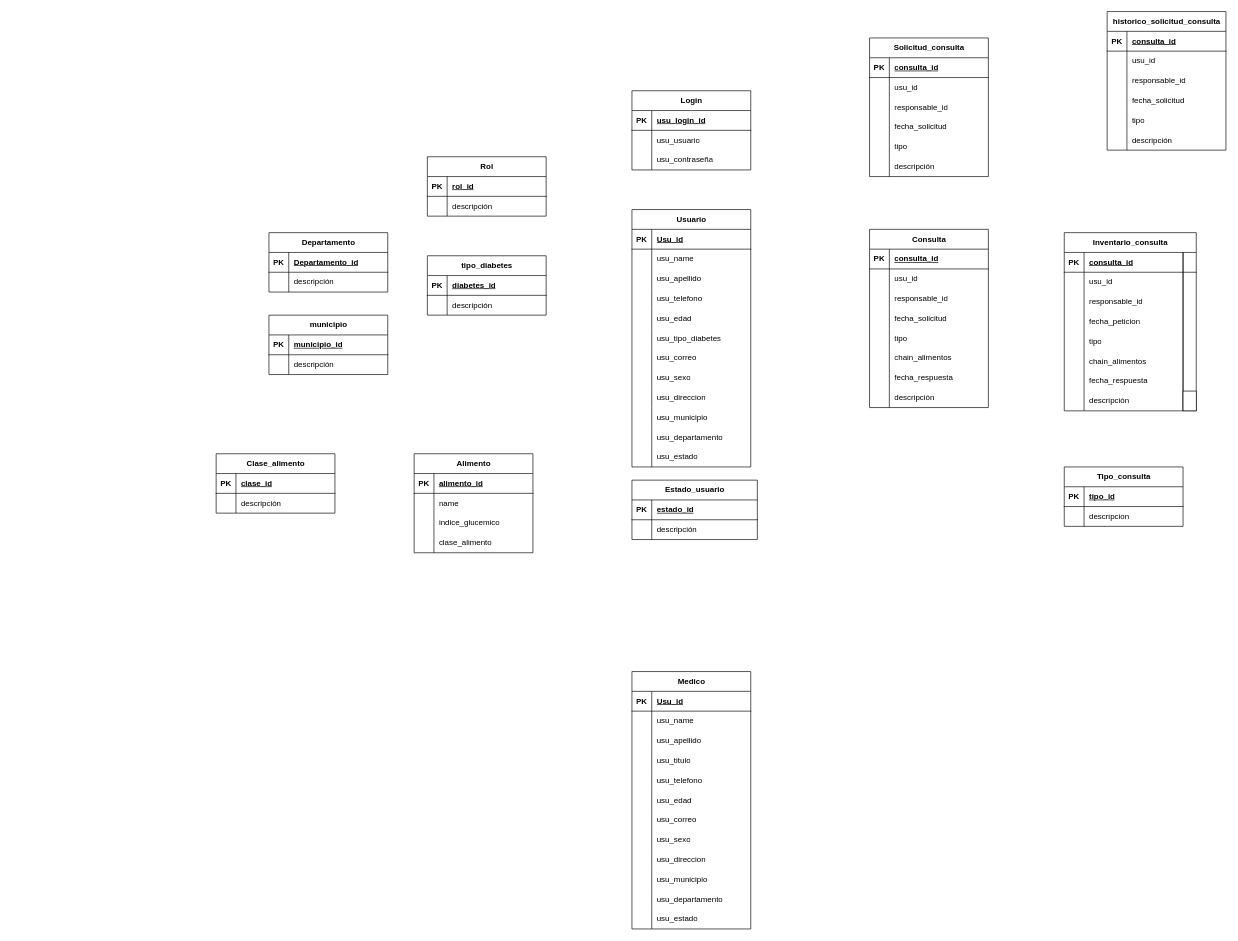
This is Untitled Diagram.drawio from Marstiven/Proyecto_DiabSweet, a draw.io file, before an edit. Source tidied: cells renumbered, new cells numbered last; positions are measured from the earlier drawing's top-left corner, leaving out a move shared by most shapes. Both pictures are drawn from the tidied source at 66%, with x=0, y=0 at pixel (216, 11).
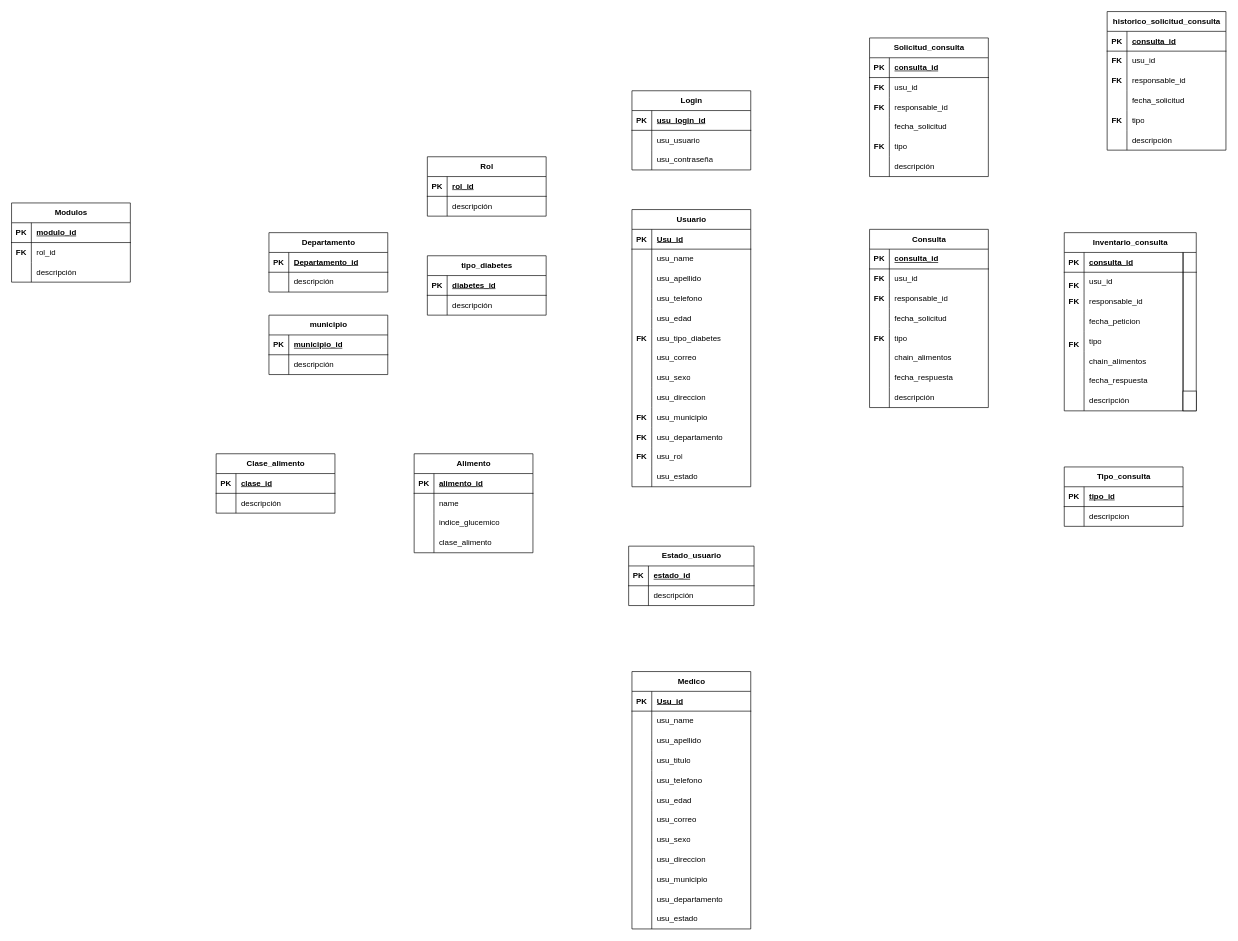
The same page after the edit.

What changed in the source:
```diff
@@
     <mxCell id="9" value="Usuario" style="shape=table;startSize=30;childLayout=tableLayout;rowLines=0;fontStyle=1;align=center;html=1;" parent="1" vertex="1">
-      <mxGeometry x="630" y="300" width="180" height="390" as="geometry" />
+      <mxGeometry x="630" y="300" width="180" height="420" as="geometry" />
     </mxCell>
@@
+    <mxCell id="238" style="shape=tableRow;horizontal=0;startSize=0;swimlaneHead=0;swimlaneBody=0;fillColor=none;top=0;left=0;right=0;bottom=0;" parent="9" vertex="1">
+      <mxGeometry y="360" width="180" height="30" as="geometry" />
+    </mxCell>
+    <mxCell id="239" style="shape=partialRectangle;fillColor=none;top=0;left=0;bottom=0;right=0;overflow=hidden;whiteSpace=wrap;html=1;" parent="238" vertex="1">
+      <mxGeometry width="30" height="30" as="geometry" />
+    </mxCell>
+    <mxCell id="240" value="usu_rol" style="shape=partialRectangle;fillColor=none;top=0;left=0;bottom=0;right=0;align=left;spacingLeft=6;overflow=hidden;whiteSpace=wrap;html=1;" parent="238" vertex="1">
+      <mxGeometry x="30" width="150" height="30" as="geometry" />
+    </mxCell>
     <mxCell id="43" style="shape=tableRow;horizontal=0;startSize=0;swimlaneHead=0;swimlaneBody=0;fillColor=none;top=0;left=0;right=0;bottom=0;" parent="9" vertex="1">
-      <mxGeometry y="360" width="180" height="30" as="geometry" />
+      <mxGeometry y="390" width="180" height="30" as="geometry" />
     </mxCell>
@@
     <mxCell id="83" value="Estado_usuario" style="shape=table;startSize=30;childLayout=tableLayout;rowLines=0;fontStyle=1;align=center;html=1;" parent="1" vertex="1">
-      <mxGeometry x="630" y="710" width="190" height="90" as="geometry" />
+      <mxGeometry x="625" y="810" width="190" height="90" as="geometry" />
     </mxCell>
@@
+    <mxCell id="241" value="Modulos" style="shape=table;startSize=30;childLayout=tableLayout;rowLines=0;fontStyle=1;align=center;html=1;" parent="1" vertex="1">
+      <mxGeometry x="-310" y="290" width="180" height="120" as="geometry" />
+    </mxCell>
+    <mxCell id="242" style="shape=tableRow;horizontal=0;startSize=0;swimlaneHead=0;swimlaneBody=0;fillColor=none;top=0;left=0;right=0;bottom=1;" parent="241" vertex="1">
+      <mxGeometry y="30" width="180" height="30" as="geometry" />
+    </mxCell>
+    <mxCell id="243" value="PK" style="shape=partialRectangle;fillColor=none;top=0;left=0;bottom=0;right=0;fontStyle=1;overflow=hidden;whiteSpace=wrap;html=1;" parent="242" vertex="1">
+      <mxGeometry width="30" height="30" as="geometry" />
+    </mxCell>
+    <mxCell id="244" value="modulo_id" style="shape=partialRectangle;fillColor=none;top=0;left=0;bottom=0;right=0;align=left;spacingLeft=6;fontStyle=5;overflow=hidden;whiteSpace=wrap;html=1;" parent="242" vertex="1">
+      <mxGeometry x="30" width="150" height="30" as="geometry" />
+    </mxCell>
+    <mxCell id="245" style="shape=tableRow;horizontal=0;startSize=0;swimlaneHead=0;swimlaneBody=0;fillColor=none;top=0;left=0;right=0;bottom=0;" parent="241" vertex="1">
+      <mxGeometry y="60" width="180" height="30" as="geometry" />
+    </mxCell>
+    <mxCell id="246" style="shape=partialRectangle;fillColor=none;top=0;left=0;bottom=0;right=0;overflow=hidden;whiteSpace=wrap;html=1;" parent="245" vertex="1">
+      <mxGeometry width="30" height="30" as="geometry" />
+    </mxCell>
+    <mxCell id="247" value="rol_id" style="shape=partialRectangle;fillColor=none;top=0;left=0;bottom=0;right=0;align=left;spacingLeft=6;overflow=hidden;whiteSpace=wrap;html=1;" parent="245" vertex="1">
+      <mxGeometry x="30" width="150" height="30" as="geometry" />
+    </mxCell>
+    <mxCell id="248" style="shape=tableRow;horizontal=0;startSize=0;swimlaneHead=0;swimlaneBody=0;fillColor=none;top=0;left=0;right=0;bottom=0;" parent="241" vertex="1">
+      <mxGeometry y="90" width="180" height="30" as="geometry" />
+    </mxCell>
+    <mxCell id="249" style="shape=partialRectangle;fillColor=none;top=0;left=0;bottom=0;right=0;overflow=hidden;whiteSpace=wrap;html=1;" parent="248" vertex="1">
+      <mxGeometry width="30" height="30" as="geometry" />
+    </mxCell>
+    <mxCell id="250" value="descripción" style="shape=partialRectangle;fillColor=none;top=0;left=0;bottom=0;right=0;align=left;spacingLeft=6;overflow=hidden;whiteSpace=wrap;html=1;" parent="248" vertex="1">
+      <mxGeometry x="30" width="150" height="30" as="geometry" />
+    </mxCell>
+    <mxCell id="251" value="FK" style="shape=partialRectangle;fillColor=none;top=0;left=0;bottom=0;right=0;fontStyle=1;overflow=hidden;whiteSpace=wrap;html=1;" parent="1" vertex="1">
+      <mxGeometry x="630" y="600" width="30" height="30" as="geometry" />
+    </mxCell>
+    <mxCell id="252" value="FK" style="shape=partialRectangle;fillColor=none;top=0;left=0;bottom=0;right=0;fontStyle=1;overflow=hidden;whiteSpace=wrap;html=1;" parent="1" vertex="1">
+      <mxGeometry x="630" y="630" width="30" height="30" as="geometry" />
+    </mxCell>
+    <mxCell id="253" value="FK" style="shape=partialRectangle;fillColor=none;top=0;left=0;bottom=0;right=0;fontStyle=1;overflow=hidden;whiteSpace=wrap;html=1;" parent="1" vertex="1">
+      <mxGeometry x="630" y="660" width="30" height="30" as="geometry" />
+    </mxCell>
+    <mxCell id="254" value="FK" style="shape=partialRectangle;fillColor=none;top=0;left=0;bottom=0;right=0;fontStyle=1;overflow=hidden;whiteSpace=wrap;html=1;" parent="1" vertex="1">
+      <mxGeometry x="990" y="390" width="30" height="30" as="geometry" />
+    </mxCell>
+    <mxCell id="255" value="FK" style="shape=partialRectangle;fillColor=none;top=0;left=0;bottom=0;right=0;fontStyle=1;overflow=hidden;whiteSpace=wrap;html=1;" parent="1" vertex="1">
+      <mxGeometry x="990" y="420" width="30" height="30" as="geometry" />
+    </mxCell>
+    <mxCell id="256" value="FK" style="shape=partialRectangle;fillColor=none;top=0;left=0;bottom=0;right=0;fontStyle=1;overflow=hidden;whiteSpace=wrap;html=1;" parent="1" vertex="1">
+      <mxGeometry x="990" y="480" width="30" height="30" as="geometry" />
+    </mxCell>
+    <mxCell id="257" value="FK" style="shape=partialRectangle;fillColor=none;top=0;left=0;bottom=0;right=0;fontStyle=1;overflow=hidden;whiteSpace=wrap;html=1;" parent="1" vertex="1">
+      <mxGeometry x="1285" y="400" width="30" height="30" as="geometry" />
+    </mxCell>
+    <mxCell id="258" value="FK" style="shape=partialRectangle;fillColor=none;top=0;left=0;bottom=0;right=0;fontStyle=1;overflow=hidden;whiteSpace=wrap;html=1;" parent="1" vertex="1">
+      <mxGeometry x="1285" y="425" width="30" height="30" as="geometry" />
+    </mxCell>
+    <mxCell id="259" value="FK" style="shape=partialRectangle;fillColor=none;top=0;left=0;bottom=0;right=0;fontStyle=1;overflow=hidden;whiteSpace=wrap;html=1;" parent="1" vertex="1">
+      <mxGeometry x="1285" y="490" width="30" height="30" as="geometry" />
+    </mxCell>
+    <mxCell id="260" value="FK" style="shape=partialRectangle;fillColor=none;top=0;left=0;bottom=0;right=0;fontStyle=1;overflow=hidden;whiteSpace=wrap;html=1;" parent="1" vertex="1">
+      <mxGeometry x="990" y="100" width="30" height="30" as="geometry" />
+    </mxCell>
+    <mxCell id="261" value="FK" style="shape=partialRectangle;fillColor=none;top=0;left=0;bottom=0;right=0;fontStyle=1;overflow=hidden;whiteSpace=wrap;html=1;" parent="1" vertex="1">
+      <mxGeometry x="1350" y="60" width="30" height="30" as="geometry" />
+    </mxCell>
+    <mxCell id="262" value="FK" style="shape=partialRectangle;fillColor=none;top=0;left=0;bottom=0;right=0;fontStyle=1;overflow=hidden;whiteSpace=wrap;html=1;" parent="1" vertex="1">
+      <mxGeometry x="1350" y="90" width="30" height="30" as="geometry" />
+    </mxCell>
+    <mxCell id="263" value="FK" style="shape=partialRectangle;fillColor=none;top=0;left=0;bottom=0;right=0;fontStyle=1;overflow=hidden;whiteSpace=wrap;html=1;" parent="1" vertex="1">
+      <mxGeometry x="1350" y="150" width="30" height="30" as="geometry" />
+    </mxCell>
+    <mxCell id="264" value="FK" style="shape=partialRectangle;fillColor=none;top=0;left=0;bottom=0;right=0;fontStyle=1;overflow=hidden;whiteSpace=wrap;html=1;" parent="1" vertex="1">
+      <mxGeometry x="990" y="190" width="30" height="30" as="geometry" />
+    </mxCell>
+    <mxCell id="265" value="FK" style="shape=partialRectangle;fillColor=none;top=0;left=0;bottom=0;right=0;fontStyle=1;overflow=hidden;whiteSpace=wrap;html=1;" parent="1" vertex="1">
+      <mxGeometry x="990" y="130" width="30" height="30" as="geometry" />
+    </mxCell>
+    <mxCell id="266" value="FK" style="shape=partialRectangle;fillColor=none;top=0;left=0;bottom=0;right=0;fontStyle=1;overflow=hidden;whiteSpace=wrap;html=1;" parent="1" vertex="1">
+      <mxGeometry x="-310" y="350" width="30" height="30" as="geometry" />
+    </mxCell>
+    <mxCell id="267" value="FK" style="shape=partialRectangle;fillColor=none;top=0;left=0;bottom=0;right=0;fontStyle=1;overflow=hidden;whiteSpace=wrap;html=1;" parent="1" vertex="1">
+      <mxGeometry x="630" y="480" width="30" height="30" as="geometry" />
+    </mxCell>
```
